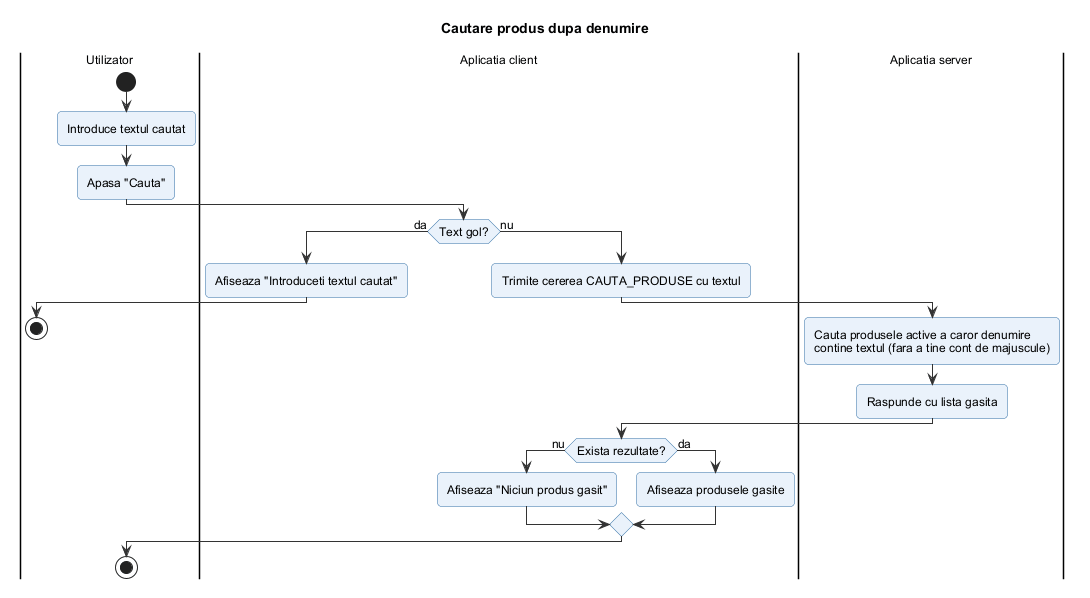
The PlantUML diagram docs/diagrame/2_activitati/cautare_produs.png in filip-eanu/ProiectIS, before a commit. Source of this version:
```plantuml
@startuml cautare_produs
!include ../_stil.iuml
title Cautare produs dupa denumire

|Utilizator|
start
:Introduce textul cautat;
:Apasa "Cauta";
|Aplicatia client|
if (Text gol?) then (da)
  :Afiseaza "Introduceti textul cautat";
  |Utilizator|
  stop
else (nu)
  |Aplicatia client|
  :Trimite cererea CAUTA_PRODUSE cu textul;
  |Aplicatia server|
  :Cauta produsele active a caror denumire
  contine textul (fara a tine cont de majuscule);
  :Raspunde cu lista gasita;
  |Aplicatia client|
  if (Exista rezultate?) then (nu)
    :Afiseaza "Niciun produs gasit";
  else (da)
    :Afiseaza produsele gasite;
  endif
endif
|Utilizator|
stop
@enduml
```
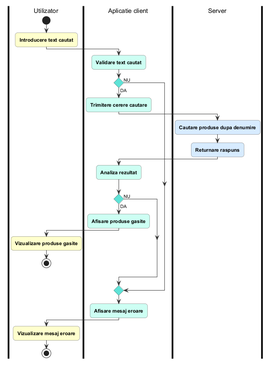
Above is the later version.

Diff of the diagram source:
```diff
@@ -1,30 +1,30 @@
 @startuml cautare_produs
-!include ../_stil.iuml
-title Cautare produs dupa denumire
+!include ../_stil_activitati.iuml
 
 |Utilizator|
 start
-:Introduce textul cautat;
-:Apasa "Cauta";
-|Aplicatia client|
-if (Text gol?) then (da)
-  :Afiseaza "Introduceti textul cautat";
-  |Utilizator|
-  stop
-else (nu)
-  |Aplicatia client|
-  :Trimite cererea CAUTA_PRODUSE cu textul;
-  |Aplicatia server|
-  :Cauta produsele active a caror denumire
-  contine textul (fara a tine cont de majuscule);
-  :Raspunde cu lista gasita;
-  |Aplicatia client|
-  if (Exista rezultate?) then (nu)
-    :Afiseaza "Niciun produs gasit";
-  else (da)
-    :Afiseaza produsele gasite;
+$A("Introducere text cautat")
+|Aplicatie client|
+$C("Validare text cautat")
+if () then (DA)
+  $C("Trimitere cerere cautare")
+  |Server|
+  $S("Cautare produse dupa denumire")
+  $S("Returnare raspuns")
+  |Aplicatie client|
+  $C("Analiza rezultat")
+  if () then (DA)
+    $C("Afisare produse gasite")
+    |Utilizator|
+    $A("Vizualizare produse gasite")
+    stop
+  else (NU)
   endif
+else (NU)
 endif
+|Aplicatie client|
+$C("Afisare mesaj eroare")
 |Utilizator|
+$A("Vizualizare mesaj eroare")
 stop
 @enduml
```
